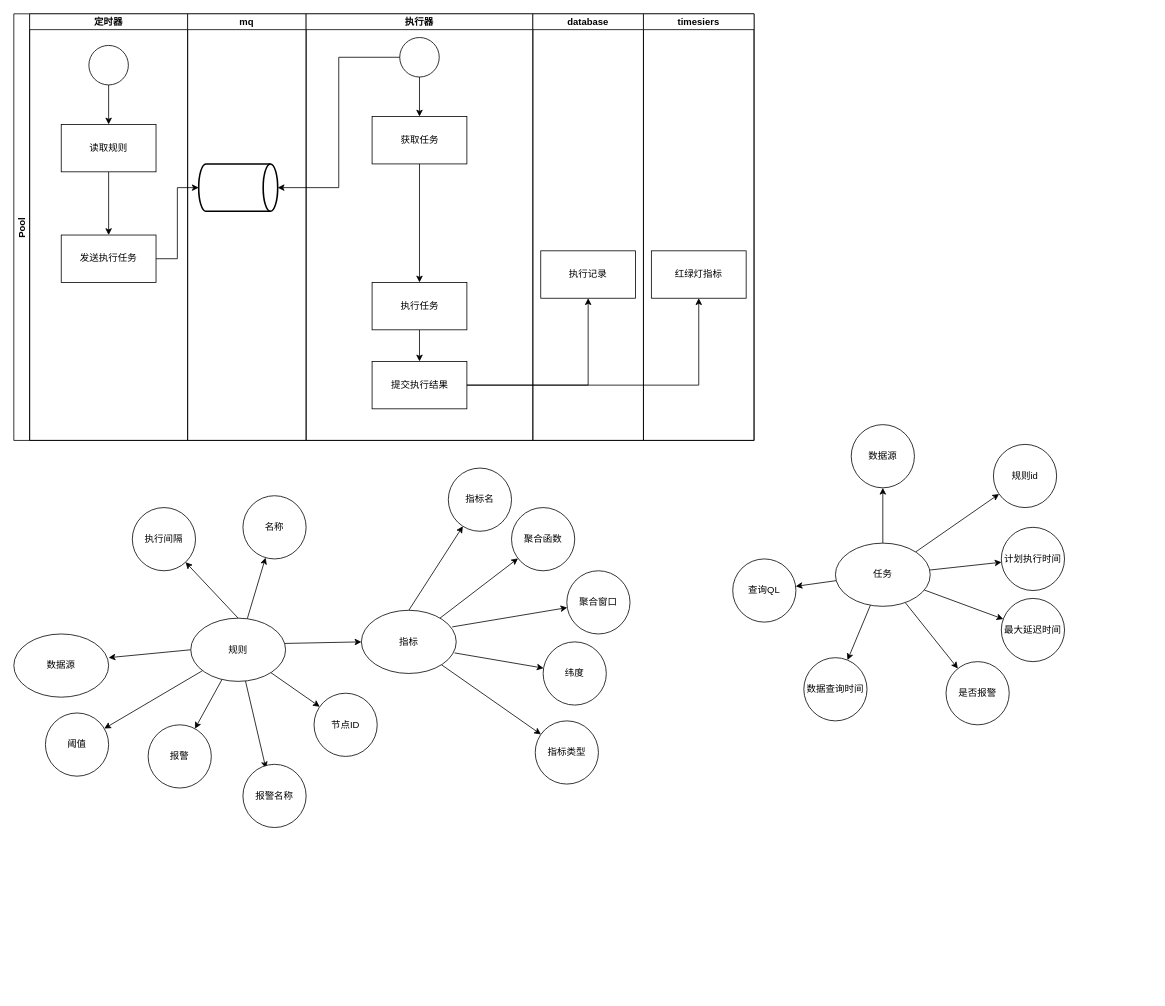
This is 红绿灯.drawio from biuboombiuboom/mydrawio, a draw.io file, before an edit. Source tidied: cells renumbered, new cells numbered last; positions are measured from the earlier drawing's top-left corner, leaving out a move shared by most shapes. Both pictures are drawn from the tidied source at 79%, with x=0, y=0 at pixel (13, 13).
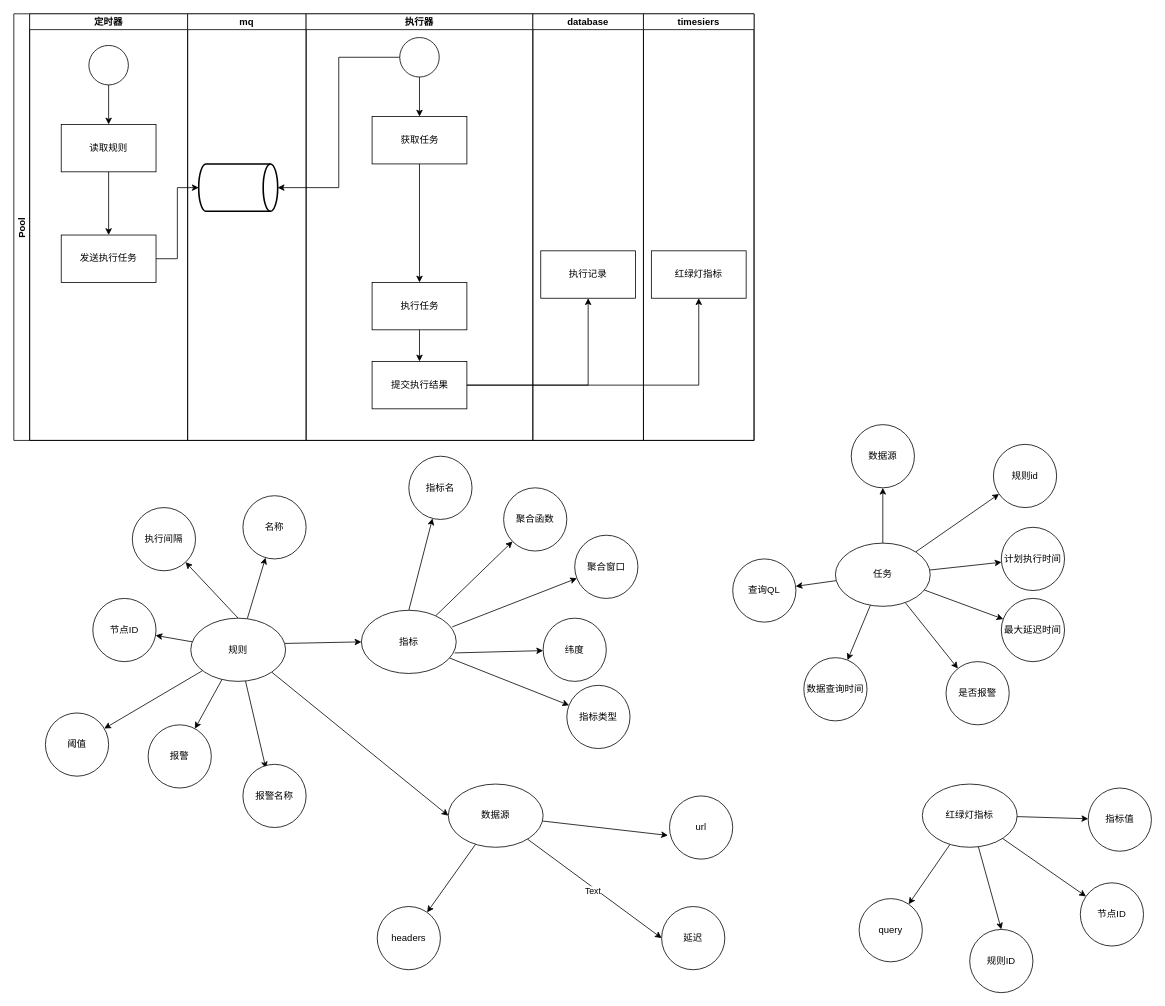
The same page after the edit.

Commit message:
更新红绿灯.drawio

The change refers to these unchanged cells:
```xml
<mxCell id="43" value="规则" style="ellipse;whiteSpace=wrap;html=1;" parent="1" vertex="1">
  <mxGeometry x="224" y="765" width="120" height="80" as="geometry" />
</mxCell>
```

The edit, as a diff of the source:
```diff
@@
-    <mxCell id="27" style="rounded=0;jettySize=auto;html=1;exitX=0;exitY=0.5;exitDx=0;exitDy=0;entryX=1;entryY=0.375;entryDx=0;entryDy=0;entryPerimeter=0;" parent="1" edge="1" source="43" target="47">
+    <mxCell id="27" style="rounded=0;jettySize=auto;html=1;exitX=1;exitY=1;exitDx=0;exitDy=0;entryX=0;entryY=0.5;entryDx=0;entryDy=0;" parent="1" edge="1" source="43" target="47">
       <mxGeometry relative="1" as="geometry" />
     </mxCell>
@@
     <mxCell id="35" value="聚合函数" style="ellipse;whiteSpace=wrap;html=1;" parent="1" vertex="1">
-      <mxGeometry x="630" y="625" width="80" height="80" as="geometry" />
+      <mxGeometry x="620" y="600" width="80" height="80" as="geometry" />
     </mxCell>
     <mxCell id="36" value="纬度" style="ellipse;whiteSpace=wrap;html=1;" parent="1" vertex="1">
-      <mxGeometry x="670" y="795" width="80" height="80" as="geometry" />
+      <mxGeometry x="670" y="765" width="80" height="80" as="geometry" />
     </mxCell>
     <mxCell id="37" value="聚合窗口" style="ellipse;whiteSpace=wrap;html=1;" parent="1" vertex="1">
-      <mxGeometry x="700" y="705" width="80" height="80" as="geometry" />
+      <mxGeometry x="710" y="660" width="80" height="80" as="geometry" />
     </mxCell>
@@
     <mxCell id="44" value="指标名" style="ellipse;whiteSpace=wrap;html=1;" parent="1" vertex="1">
-      <mxGeometry x="550" y="575" width="80" height="80" as="geometry" />
+      <mxGeometry x="500" y="560" width="80" height="80" as="geometry" />
     </mxCell>
@@
+    <mxCell id="69" style="rounded=0;jettySize=auto;html=1;entryX=-0.025;entryY=0.625;entryDx=0;entryDy=0;entryPerimeter=0;" parent="1" edge="1" source="47" target="73">
+      <mxGeometry relative="1" as="geometry" />
+    </mxCell>
+    <mxCell id="70" style="rounded=0;jettySize=auto;html=1;entryX=0;entryY=0.5;entryDx=0;entryDy=0;" parent="1" edge="1" source="47" target="74">
+      <mxGeometry relative="1" as="geometry" />
+    </mxCell>
+    <mxCell id="71" value="Text" style="edgeLabel;html=1;align=center;verticalAlign=middle;" parent="70" vertex="1">
+      <mxGeometry y="-3" relative="1" as="geometry">
+        <mxPoint x="-1" as="offset" />
+      </mxGeometry>
+    </mxCell>
+    <mxCell id="72" style="rounded=0;jettySize=auto;html=1;" parent="1" edge="1" source="47" target="75">
+      <mxGeometry relative="1" as="geometry" />
+    </mxCell>
     <mxCell id="47" value="数据源" style="ellipse;whiteSpace=wrap;html=1;" parent="1" vertex="1">
-      <mxGeometry y="785" width="120" height="80" as="geometry" />
+      <mxGeometry x="550" y="975" width="120" height="80" as="geometry" />
     </mxCell>
     <mxCell id="48" value="指标类型" style="ellipse;whiteSpace=wrap;html=1;" parent="1" vertex="1">
-      <mxGeometry x="660" y="895" width="80" height="80" as="geometry" />
+      <mxGeometry x="700" y="850" width="80" height="80" as="geometry" />
     </mxCell>
@@
     <mxCell id="67" value="节点ID" style="ellipse;whiteSpace=wrap;html=1;" parent="1" vertex="1">
-      <mxGeometry x="380" y="860" width="80" height="80" as="geometry" />
+      <mxGeometry x="100" y="740" width="80" height="80" as="geometry" />
     </mxCell>
@@
+    <mxCell id="73" value="url" style="ellipse;whiteSpace=wrap;html=1;" parent="1" vertex="1">
+      <mxGeometry x="830" y="990" width="80" height="80" as="geometry" />
+    </mxCell>
+    <mxCell id="74" value="延迟" style="ellipse;whiteSpace=wrap;html=1;" parent="1" vertex="1">
+      <mxGeometry x="820" y="1130" width="80" height="80" as="geometry" />
+    </mxCell>
+    <mxCell id="75" value="headers" style="ellipse;whiteSpace=wrap;html=1;" parent="1" vertex="1">
+      <mxGeometry x="460" y="1130" width="80" height="80" as="geometry" />
+    </mxCell>
+    <mxCell id="76" style="rounded=0;jettySize=auto;html=1;" parent="1" edge="1" source="80" target="81">
+      <mxGeometry relative="1" as="geometry" />
+    </mxCell>
+    <mxCell id="77" style="rounded=0;jettySize=auto;html=1;" parent="1" edge="1" source="80" target="82">
+      <mxGeometry relative="1" as="geometry" />
+    </mxCell>
+    <mxCell id="78" style="edgeStyle=none;rounded=0;jettySize=auto;html=1;entryX=0.5;entryY=0;entryDx=0;entryDy=0;" parent="1" edge="1" source="80" target="83">
+      <mxGeometry relative="1" as="geometry" />
+    </mxCell>
+    <mxCell id="79" style="edgeStyle=none;rounded=0;jettySize=auto;html=1;" parent="1" edge="1" source="80" target="84">
+      <mxGeometry relative="1" as="geometry" />
+    </mxCell>
+    <mxCell id="80" value="红绿灯指标" style="ellipse;whiteSpace=wrap;html=1;" parent="1" vertex="1">
+      <mxGeometry x="1150" y="975" width="120" height="80" as="geometry" />
+    </mxCell>
+    <mxCell id="81" value="指标值" style="ellipse;whiteSpace=wrap;html=1;" parent="1" vertex="1">
+      <mxGeometry x="1360" y="980" width="80" height="80" as="geometry" />
+    </mxCell>
+    <mxCell id="82" value="节点ID" style="ellipse;whiteSpace=wrap;html=1;" parent="1" vertex="1">
+      <mxGeometry x="1350" y="1100" width="80" height="80" as="geometry" />
+    </mxCell>
+    <mxCell id="83" value="规则ID" style="ellipse;whiteSpace=wrap;html=1;" parent="1" vertex="1">
+      <mxGeometry x="1210" y="1159" width="80" height="80" as="geometry" />
+    </mxCell>
+    <mxCell id="84" value="query" style="ellipse;whiteSpace=wrap;html=1;" parent="1" vertex="1">
+      <mxGeometry x="1070" y="1120" width="80" height="80" as="geometry" />
+    </mxCell>
```
